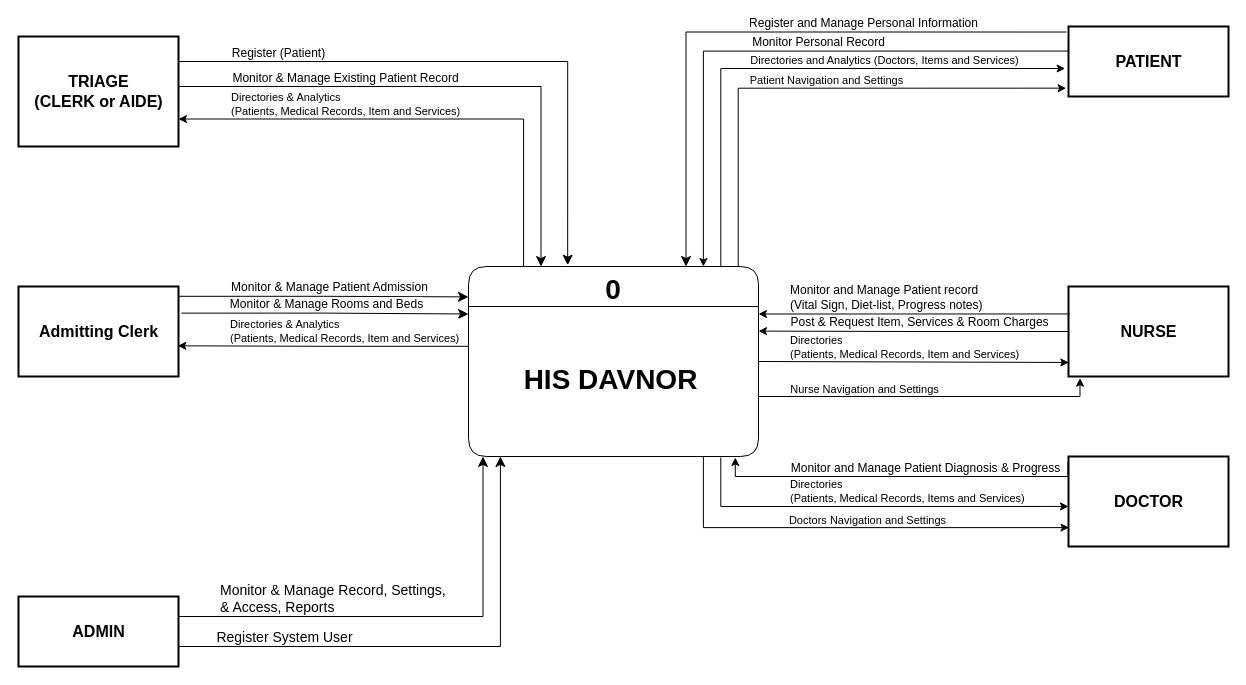
Before: page "CFD" (4 of 7) of ActivityDiagram.git.drawio in ediangca/DAVNORHIS-Diagram, a draw.io diagram. Source tidied: cells renumbered, new cells numbered last; positions are measured from the earlier drawing's top-left corner, leaving out a move shared by most shapes. Both pictures are drawn from the tidied source at 100%, with x=0, y=0 at pixel (18, 26).
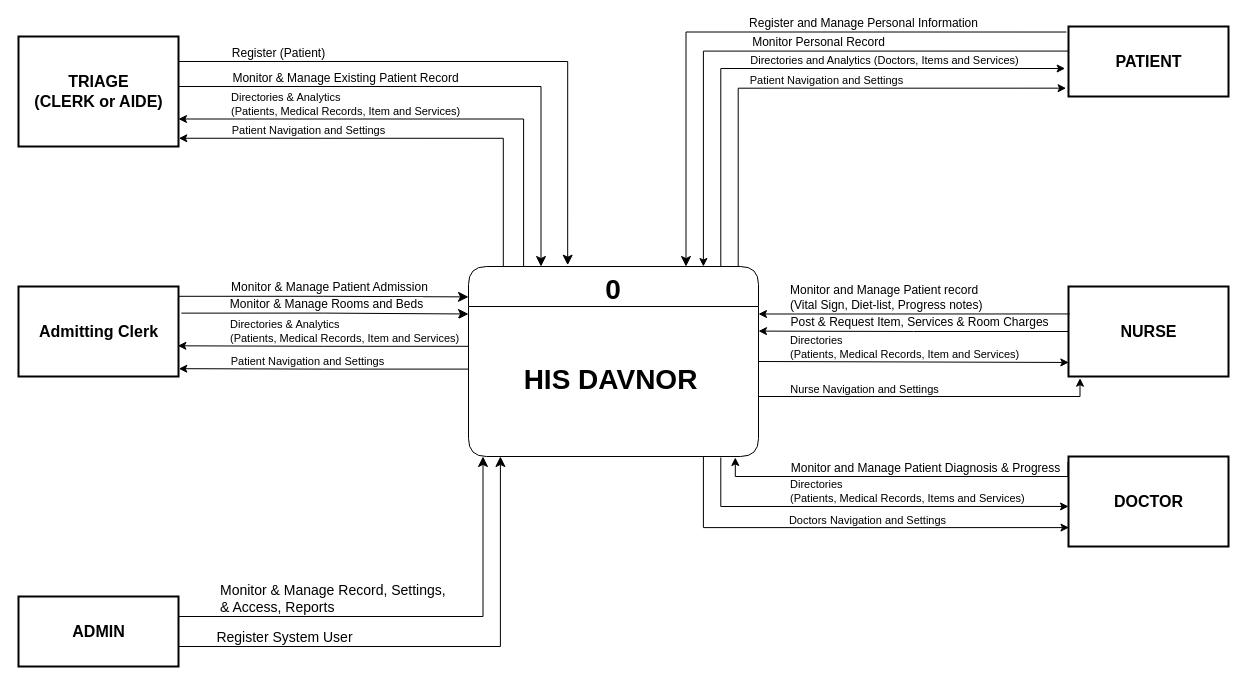
The same diagram, later.

Commit message:
Patient Navigation and Settings

Unchanged cells that the change refers to:
```xml
<mxCell id="4" value="&lt;b&gt;TRIAGE&lt;/b&gt;&lt;div&gt;&lt;b&gt;(CLERK or AIDE)&lt;/b&gt;&lt;/div&gt;" style="rounded=0;fillColor=default;strokeColor=default;strokeWidth=2;fontFamily=Helvetica;html=1;gradientColor=none;fontColor=default;fontSize=16;" parent="1" vertex="1">
  <mxGeometry y="10" width="160" height="110" as="geometry" />
</mxCell>
<mxCell id="17" value="&lt;b&gt;Admitting Clerk&lt;/b&gt;" style="rounded=0;fillColor=default;strokeColor=default;strokeWidth=2;fontFamily=Helvetica;html=1;gradientColor=none;fontColor=default;fontSize=16;" parent="1" vertex="1">
  <mxGeometry y="260" width="160" height="90" as="geometry" />
</mxCell>
<mxCell id="21" value="0" style="swimlane;fontStyle=1;horizontal=1;startSize=40;fillColor=#ffffff;swimlaneFillColor=#ffffff;fontSize=28;rounded=1;shadow=0;glass=0;points=[[0,0,0,0,0],[0,0.08,0,0,0],[0,0.16,0,0,0],[0,0.25,0,0,0],[0,0.31,0,0,0],[0,0.37,0,0,0],[0,0.42,0,0,0],[0,0.5,0,0,0],[0,0.54,0,0,0],[0,0.6,0,0,0],[0,0.66,0,0,0],[0,0.75,0,0,0],[0,1,0,0,0],[0.01,0.83,0,0,0],[0.01,0.89,0,0,0],[0.05,1,0,0,0],[0.06,0,0,0,0],[0.11,1,0,0,0],[0.12,0,0,0,0],[0.18,1,0,0,1],[0.19,0,0,0,0],[0.25,0,0,0,0],[0.25,1,0,0,0],[0.32,0,0,0,0],[0.32,1,0,0,0],[0.38,0,0,0,0],[0.38,1,0,0,0],[0.43,1,0,0,0],[0.44,0,0,0,0],[0.5,0,0,0,0],[0.5,1,0,0,0],[0.55,1,0,0,0],[0.56,0,0,0,0],[0.6,1,0,0,1],[0.62,0,0,0,0],[0.67,1,0,0,1],[0.69,0,0,0,0],[0.75,0,0,0,0],[0.75,1,0,0,0],[0.81,0,0,0,0],[0.81,1,0,0,0],[0.87,0,0,0,0],[0.87,1,0,0,1],[0.92,1,0,0,1],[0.93,0,0,0,0],[0.99,0.6,0,0,0],[1,0,0,0,0],[1,0.11,0,0,0],[1,0.18,0,0,0],[1,0.25,0,0,0],[1,0.34,0,0,0],[1,0.42,0,0,0],[1,0.5,0,0,0],[1,0.67,0,0,0],[1,0.75,0,0,0],[1,0.83,0,0,0],[1,0.91,0,0,0],[1,1,0,0,0]];" parent="20" vertex="1">
  <mxGeometry width="290" height="190" as="geometry" />
</mxCell>
```

The edit, as a diff of the source:
```diff
@@
+    <mxCell id="49" style="edgeStyle=orthogonalEdgeStyle;rounded=0;jettySize=auto;html=1;exitX=0.12;exitY=0;exitDx=0;exitDy=0;exitPerimeter=0;entryX=1.002;entryY=0.925;entryDx=0;entryDy=0;entryPerimeter=0;" parent="1" edge="1" source="21" target="4">
+      <mxGeometry relative="1" as="geometry" />
+    </mxCell>
+    <mxCell id="50" value="Patient Navigation and Settings" style="edgeLabel;html=1;align=center;verticalAlign=middle;" parent="49" vertex="1">
+      <mxGeometry x="0.76" y="-1" relative="1" as="geometry">
+        <mxPoint x="74" y="-7" as="offset" />
+      </mxGeometry>
+    </mxCell>
+    <mxCell id="51" style="edgeStyle=orthogonalEdgeStyle;rounded=0;jettySize=auto;html=1;exitX=0;exitY=0.54;exitDx=0;exitDy=0;exitPerimeter=0;entryX=1.002;entryY=0.913;entryDx=0;entryDy=0;entryPerimeter=0;" parent="1" edge="1" source="21" target="17">
+      <mxGeometry relative="1" as="geometry" />
+    </mxCell>
+    <mxCell id="52" value="Patient Navigation and Settings" style="edgeLabel;html=1;align=center;verticalAlign=middle;" parent="51" vertex="1">
+      <mxGeometry x="0.6" relative="1" as="geometry">
+        <mxPoint x="70" y="-8" as="offset" />
+      </mxGeometry>
+    </mxCell>
```
